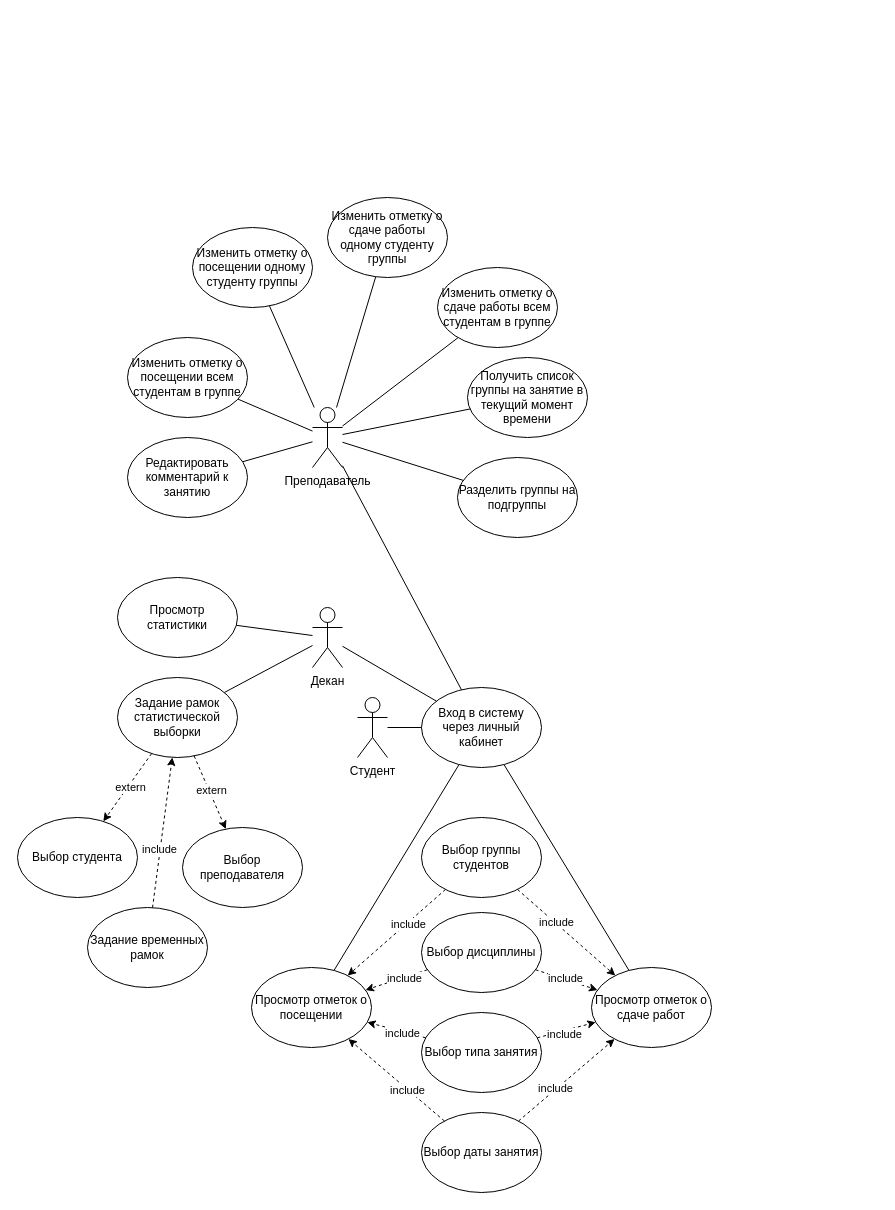
This is page "Use - case" (2 of 2) of ВКР/drawio/Спецификации.drawio from kuskas112/Labs, a draw.io file, before an edit. Source tidied: cells renumbered, new cells numbered last; positions are measured from the earlier drawing's top-left corner, leaving out a move shared by most shapes. Both pictures are drawn from the tidied source at 100%, with x=0, y=0 at pixel (17, 197).
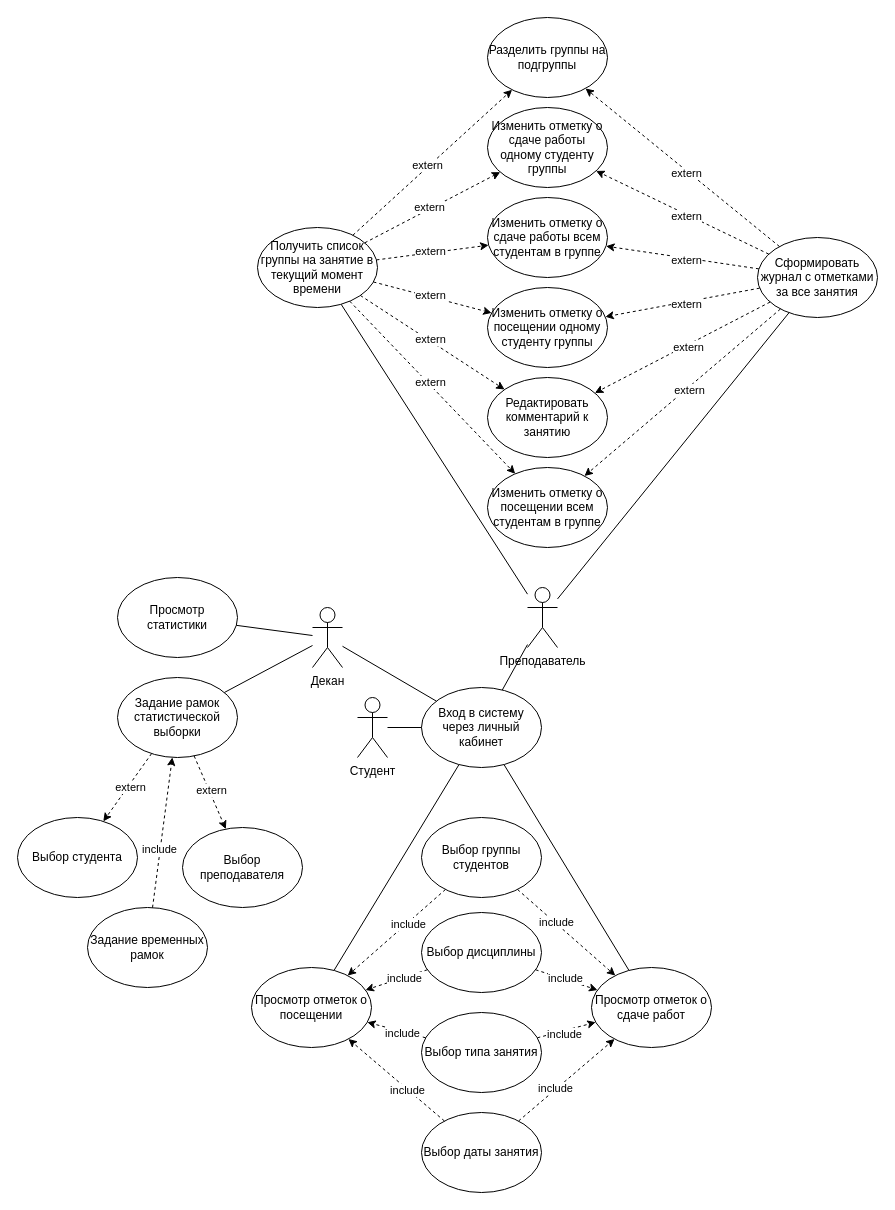
Above is the later version.

The edit, as a diff of the source:
```diff
@@
-    <mxCell id="3" style="edgeStyle=none;rounded=0;jettySize=auto;html=1;strokeColor=default;align=center;verticalAlign=middle;fontFamily=Helvetica;fontSize=11;fontColor=default;labelBackgroundColor=default;endArrow=none;endFill=0;" parent="1" edge="1" source="8" target="12">
-      <mxGeometry relative="1" as="geometry" />
-    </mxCell>
-    <mxCell id="4" style="edgeStyle=none;rounded=0;jettySize=auto;html=1;strokeColor=default;align=center;verticalAlign=middle;fontFamily=Helvetica;fontSize=11;fontColor=default;labelBackgroundColor=default;endArrow=none;endFill=0;" parent="1" edge="1" source="8" target="11">
-      <mxGeometry relative="1" as="geometry" />
-    </mxCell>
-    <mxCell id="5" style="edgeStyle=none;rounded=0;jettySize=auto;html=1;strokeColor=default;align=center;verticalAlign=middle;fontFamily=Helvetica;fontSize=11;fontColor=default;labelBackgroundColor=default;endArrow=none;endFill=0;" parent="1" edge="1" source="8" target="13">
-      <mxGeometry relative="1" as="geometry" />
-    </mxCell>
-    <mxCell id="6" style="edgeStyle=none;rounded=0;jettySize=auto;html=1;strokeColor=default;align=center;verticalAlign=middle;fontFamily=Helvetica;fontSize=11;fontColor=default;labelBackgroundColor=default;endArrow=none;endFill=0;" parent="1" edge="1" source="8" target="9">
-      <mxGeometry relative="1" as="geometry" />
-    </mxCell>
-    <mxCell id="7" style="edgeStyle=none;rounded=0;jettySize=auto;html=1;strokeColor=default;align=center;verticalAlign=middle;fontFamily=Helvetica;fontSize=11;fontColor=default;labelBackgroundColor=default;endArrow=none;endFill=0;" parent="1" edge="1" source="8" target="10">
-      <mxGeometry relative="1" as="geometry" />
-    </mxCell>
     <mxCell id="8" value="Преподаватель" style="shape=umlActor;verticalLabelPosition=bottom;verticalAlign=top;html=1;outlineConnect=0;" parent="1" vertex="1">
-      <mxGeometry x="295" y="210" width="30" height="60" as="geometry" />
+      <mxGeometry x="510" y="390" width="30" height="60" as="geometry" />
     </mxCell>
     <mxCell id="9" value="Редактировать комментарий к занятию" style="ellipse;whiteSpace=wrap;html=1;" parent="1" vertex="1">
-      <mxGeometry x="110" y="240" width="120" height="80" as="geometry" />
+      <mxGeometry x="470" y="180" width="120" height="80" as="geometry" />
     </mxCell>
     <mxCell id="10" value="Изменить отметку о посещении всем студентам в группе" style="ellipse;whiteSpace=wrap;html=1;" parent="1" vertex="1">
-      <mxGeometry x="110" y="140" width="120" height="80" as="geometry" />
+      <mxGeometry x="470" y="270" width="120" height="80" as="geometry" />
     </mxCell>
     <mxCell id="11" value="Изменить отметку о посещении одному студенту группы" style="ellipse;whiteSpace=wrap;html=1;" parent="1" vertex="1">
-      <mxGeometry x="175" y="30" width="120" height="80" as="geometry" />
+      <mxGeometry x="470" y="90" width="120" height="80" as="geometry" />
     </mxCell>
     <mxCell id="12" value="Изменить отметку о сдаче работы одному студенту группы" style="ellipse;whiteSpace=wrap;html=1;" parent="1" vertex="1">
-      <mxGeometry x="310" width="120" height="80" as="geometry" />
+      <mxGeometry x="470" y="-90" width="120" height="80" as="geometry" />
     </mxCell>
     <mxCell id="13" value="Изменить отметку о сдаче работы всем студентам в группе" style="ellipse;whiteSpace=wrap;html=1;" parent="1" vertex="1">
-      <mxGeometry x="420" y="70" width="120" height="80" as="geometry" />
+      <mxGeometry x="470" width="120" height="80" as="geometry" />
     </mxCell>
@@
     <mxCell id="27" value="Получить список группы на занятие в текущий момент времени" style="ellipse;whiteSpace=wrap;html=1;" parent="1" vertex="1">
-      <mxGeometry x="450" y="160" width="120" height="80" as="geometry" />
+      <mxGeometry x="240" y="30" width="120" height="80" as="geometry" />
     </mxCell>
     <mxCell id="28" value="Разделить группы на подгруппы" style="ellipse;whiteSpace=wrap;html=1;" parent="1" vertex="1">
-      <mxGeometry x="440" y="260" width="120" height="80" as="geometry" />
+      <mxGeometry x="470" y="-180" width="120" height="80" as="geometry" />
     </mxCell>
@@
-    <mxCell id="30" style="edgeStyle=none;rounded=0;jettySize=auto;html=1;strokeColor=default;align=center;verticalAlign=middle;fontFamily=Helvetica;fontSize=11;fontColor=default;labelBackgroundColor=default;endArrow=none;endFill=0;" parent="1" edge="1" source="8" target="28">
-      <mxGeometry relative="1" as="geometry" />
-    </mxCell>
@@
+    <mxCell id="60" style="edgeStyle=none;rounded=0;jettySize=auto;html=1;dashed=1;strokeColor=default;align=center;verticalAlign=middle;fontFamily=Helvetica;fontSize=11;fontColor=default;labelBackgroundColor=default;endArrow=classic;endFill=1;" parent="1" edge="1" source="27" target="13">
+      <mxGeometry relative="1" as="geometry" />
+    </mxCell>
+    <mxCell id="61" value="extern" style="edgeLabel;html=1;align=center;verticalAlign=middle;" parent="60" vertex="1">
+      <mxGeometry x="-0.05" y="2" relative="1" as="geometry" />
+    </mxCell>
+    <mxCell id="62" style="edgeStyle=none;rounded=0;jettySize=auto;html=1;dashed=1;strokeColor=default;align=center;verticalAlign=middle;fontFamily=Helvetica;fontSize=11;fontColor=default;labelBackgroundColor=default;endArrow=classic;endFill=1;" parent="1" edge="1" source="27" target="12">
+      <mxGeometry relative="1" as="geometry" />
+    </mxCell>
+    <mxCell id="63" value="extern" style="edgeLabel;html=1;align=center;verticalAlign=middle;" parent="62" vertex="1">
+      <mxGeometry x="-0.05" y="2" relative="1" as="geometry" />
+    </mxCell>
+    <mxCell id="64" style="edgeStyle=none;rounded=0;jettySize=auto;html=1;dashed=1;strokeColor=default;align=center;verticalAlign=middle;fontFamily=Helvetica;fontSize=11;fontColor=default;labelBackgroundColor=default;endArrow=classic;endFill=1;" parent="1" edge="1" source="27" target="11">
+      <mxGeometry relative="1" as="geometry" />
+    </mxCell>
+    <mxCell id="65" value="extern" style="edgeLabel;html=1;align=center;verticalAlign=middle;" parent="64" vertex="1">
+      <mxGeometry x="-0.05" y="2" relative="1" as="geometry" />
+    </mxCell>
+    <mxCell id="66" style="edgeStyle=none;rounded=0;jettySize=auto;html=1;dashed=1;strokeColor=default;align=center;verticalAlign=middle;fontFamily=Helvetica;fontSize=11;fontColor=default;labelBackgroundColor=default;endArrow=classic;endFill=1;" parent="1" edge="1" source="27" target="10">
+      <mxGeometry relative="1" as="geometry" />
+    </mxCell>
+    <mxCell id="67" value="extern" style="edgeLabel;html=1;align=center;verticalAlign=middle;" parent="66" vertex="1">
+      <mxGeometry x="-0.05" y="2" relative="1" as="geometry" />
+    </mxCell>
+    <mxCell id="68" style="edgeStyle=none;rounded=0;jettySize=auto;html=1;dashed=1;strokeColor=default;align=center;verticalAlign=middle;fontFamily=Helvetica;fontSize=11;fontColor=default;labelBackgroundColor=default;endArrow=classic;endFill=1;" parent="1" edge="1" source="27" target="9">
+      <mxGeometry relative="1" as="geometry" />
+    </mxCell>
+    <mxCell id="69" value="extern" style="edgeLabel;html=1;align=center;verticalAlign=middle;" parent="68" vertex="1">
+      <mxGeometry x="-0.05" y="2" relative="1" as="geometry" />
+    </mxCell>
+    <mxCell id="70" style="edgeStyle=none;rounded=0;jettySize=auto;html=1;dashed=1;strokeColor=default;align=center;verticalAlign=middle;fontFamily=Helvetica;fontSize=11;fontColor=default;labelBackgroundColor=default;endArrow=classic;endFill=1;" parent="1" edge="1" source="27" target="28">
+      <mxGeometry relative="1" as="geometry" />
+    </mxCell>
+    <mxCell id="71" value="extern" style="edgeLabel;html=1;align=center;verticalAlign=middle;" parent="70" vertex="1">
+      <mxGeometry x="-0.05" y="2" relative="1" as="geometry" />
+    </mxCell>
+    <mxCell id="72" value="Сформировать журнал с отметками за все занятия" style="ellipse;whiteSpace=wrap;html=1;" parent="1" vertex="1">
+      <mxGeometry x="740" y="40" width="120" height="80" as="geometry" />
+    </mxCell>
+    <mxCell id="73" style="edgeStyle=none;rounded=0;jettySize=auto;html=1;dashed=1;strokeColor=default;align=center;verticalAlign=middle;fontFamily=Helvetica;fontSize=11;fontColor=default;labelBackgroundColor=default;endArrow=classic;endFill=1;" parent="1" edge="1" source="72" target="28">
+      <mxGeometry relative="1" as="geometry" />
+    </mxCell>
+    <mxCell id="74" value="extern" style="edgeLabel;html=1;align=center;verticalAlign=middle;" parent="73" vertex="1">
+      <mxGeometry x="-0.05" y="2" relative="1" as="geometry" />
+    </mxCell>
+    <mxCell id="75" style="edgeStyle=none;rounded=0;jettySize=auto;html=1;dashed=1;strokeColor=default;align=center;verticalAlign=middle;fontFamily=Helvetica;fontSize=11;fontColor=default;labelBackgroundColor=default;endArrow=classic;endFill=1;" parent="1" edge="1" source="72" target="12">
+      <mxGeometry relative="1" as="geometry" />
+    </mxCell>
+    <mxCell id="76" value="extern" style="edgeLabel;html=1;align=center;verticalAlign=middle;" parent="75" vertex="1">
+      <mxGeometry x="-0.05" y="2" relative="1" as="geometry" />
+    </mxCell>
+    <mxCell id="77" style="edgeStyle=none;rounded=0;jettySize=auto;html=1;dashed=1;strokeColor=default;align=center;verticalAlign=middle;fontFamily=Helvetica;fontSize=11;fontColor=default;labelBackgroundColor=default;endArrow=classic;endFill=1;" parent="1" edge="1" source="72" target="13">
+      <mxGeometry relative="1" as="geometry" />
+    </mxCell>
+    <mxCell id="78" value="extern" style="edgeLabel;html=1;align=center;verticalAlign=middle;" parent="77" vertex="1">
+      <mxGeometry x="-0.05" y="2" relative="1" as="geometry" />
+    </mxCell>
+    <mxCell id="79" style="edgeStyle=none;rounded=0;jettySize=auto;html=1;dashed=1;strokeColor=default;align=center;verticalAlign=middle;fontFamily=Helvetica;fontSize=11;fontColor=default;labelBackgroundColor=default;endArrow=classic;endFill=1;" parent="1" edge="1" source="72" target="11">
+      <mxGeometry relative="1" as="geometry" />
+    </mxCell>
+    <mxCell id="80" value="extern" style="edgeLabel;html=1;align=center;verticalAlign=middle;" parent="79" vertex="1">
+      <mxGeometry x="-0.05" y="2" relative="1" as="geometry" />
+    </mxCell>
+    <mxCell id="81" style="edgeStyle=none;rounded=0;jettySize=auto;html=1;dashed=1;strokeColor=default;align=center;verticalAlign=middle;fontFamily=Helvetica;fontSize=11;fontColor=default;labelBackgroundColor=default;endArrow=classic;endFill=1;" parent="1" edge="1" source="72" target="9">
+      <mxGeometry relative="1" as="geometry" />
+    </mxCell>
+    <mxCell id="82" value="extern" style="edgeLabel;html=1;align=center;verticalAlign=middle;" parent="81" vertex="1">
+      <mxGeometry x="-0.05" y="2" relative="1" as="geometry" />
+    </mxCell>
+    <mxCell id="83" style="edgeStyle=none;rounded=0;jettySize=auto;html=1;dashed=1;strokeColor=default;align=center;verticalAlign=middle;fontFamily=Helvetica;fontSize=11;fontColor=default;labelBackgroundColor=default;endArrow=classic;endFill=1;" parent="1" edge="1" source="72" target="10">
+      <mxGeometry relative="1" as="geometry" />
+    </mxCell>
+    <mxCell id="84" value="extern" style="edgeLabel;html=1;align=center;verticalAlign=middle;" parent="83" vertex="1">
+      <mxGeometry x="-0.05" y="2" relative="1" as="geometry" />
+    </mxCell>
+    <mxCell id="85" style="edgeStyle=none;rounded=0;jettySize=auto;html=1;strokeColor=default;align=center;verticalAlign=middle;fontFamily=Helvetica;fontSize=11;fontColor=default;labelBackgroundColor=default;endArrow=none;endFill=0;" parent="1" edge="1" source="8" target="72">
+      <mxGeometry relative="1" as="geometry" />
+    </mxCell>
```
